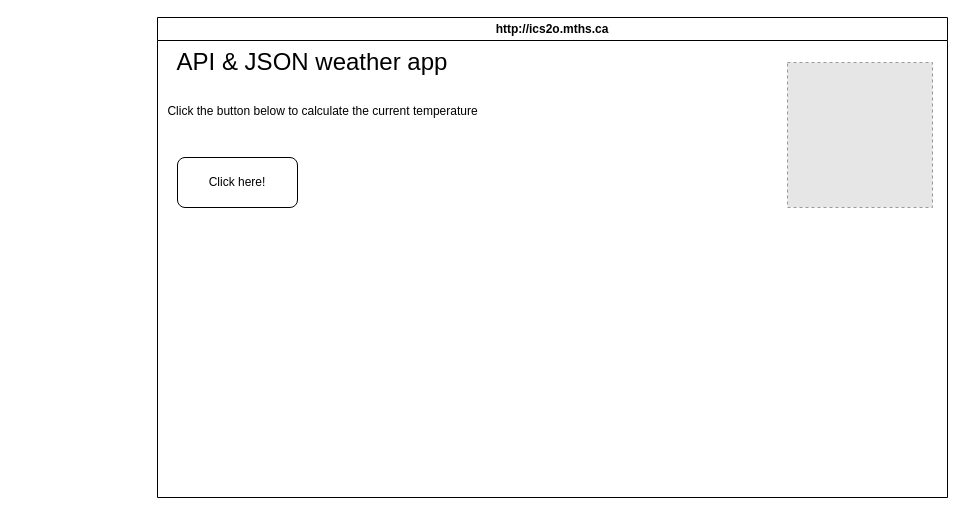
Above: design/storyboard.drawio in MTHS-ICD2O-1-2024/ICD2O-Unit-6-03-benjamin-abebe-02 (draw.io), before the change. Source tidied: cells renumbered, new cells numbered last; positions are measured from the earlier drawing's top-left corner, leaving out a move shared by most shapes. Both pictures are drawn from the tidied source at 100%, with x=0, y=0 at pixel (17, 17). Pictures stored in the file or linked from it are replaced by grey dashed boxes.
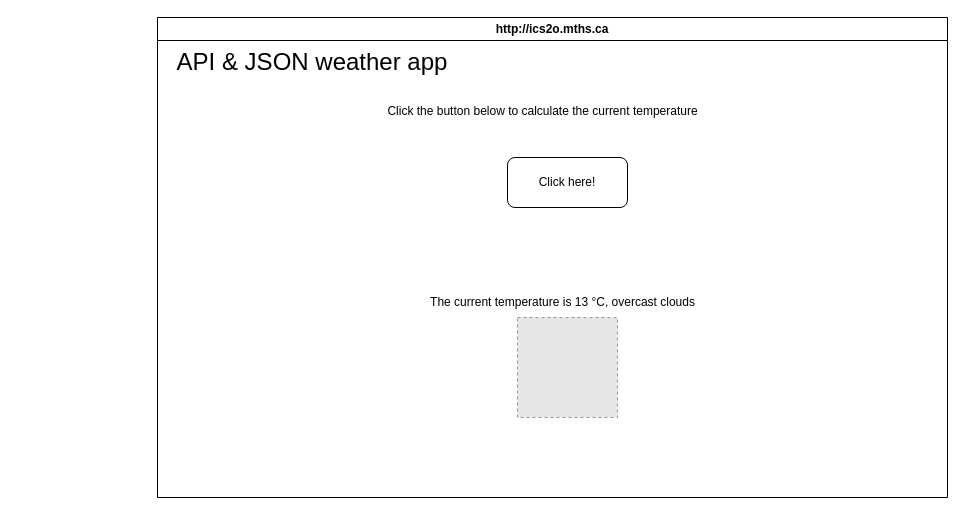
The same diagram, later.

The edit, as a diff of the source:
```diff
@@
 <mxGraphModel>
   <root>
     <mxCell id="0" />
     <mxCell id="1" parent="0" />
     <mxCell id="2" value="http://ics2o.mths.ca" style="swimlane;whiteSpace=wrap;html=1;" parent="1" vertex="1">
       <mxGeometry x="140" width="790" height="480" as="geometry" />
     </mxCell>
     <mxCell id="3" value="&lt;div&gt;&lt;font style=&quot;font-size: 24px;&quot;&gt;API &amp;amp; JSON weather app&lt;/font&gt;&lt;/div&gt;" style="text;html=1;strokeColor=none;fillColor=none;align=center;verticalAlign=middle;whiteSpace=wrap;rounded=0;" parent="2" vertex="1">
       <mxGeometry x="-140" y="30" width="590" height="30" as="geometry" />
     </mxCell>
     <mxCell id="4" value="&lt;font style=&quot;font-size: 12px;&quot;&gt;Click the button below to calculate the current temperature&lt;/font&gt;" style="text;html=1;align=center;verticalAlign=middle;strokeColor=none;fillColor=none;fontSize=24;" parent="2" vertex="1">
-      <mxGeometry y="70" width="330" height="40" as="geometry" />
+      <mxGeometry x="220" y="70" width="330" height="40" as="geometry" />
     </mxCell>
     <mxCell id="5" value="Click here!" style="rounded=1;whiteSpace=wrap;html=1;fontSize=12;" parent="2" vertex="1">
-      <mxGeometry x="20" y="140" width="120" height="50" as="geometry" />
+      <mxGeometry x="350" y="140" width="120" height="50" as="geometry" />
     </mxCell>
-    <mxCell id="6" style="fillColor=#E6E6E6;strokeColor=#999999;dashed=1;verticalLabelPosition=bottom;labelBackgroundColor=default;verticalAlign=top;" parent="2" vertex="1">
-      <mxGeometry x="630" y="45" width="145" height="145" as="geometry" />
+    <mxCell id="6" value="The current temperature is 13 °C, overcast clouds" style="text;html=1;align=center;verticalAlign=middle;strokeColor=none;fillColor=none;" parent="2" vertex="1">
+      <mxGeometry x="260" y="270" width="290" height="30" as="geometry" />
     </mxCell>
+    <mxCell id="7" style="fillColor=#E6E6E6;strokeColor=#999999;dashed=1;verticalLabelPosition=bottom;labelBackgroundColor=default;verticalAlign=top;" parent="2" vertex="1">
+      <mxGeometry x="360" y="300" width="100" height="100" as="geometry" />
+    </mxCell>
   </root>
 </mxGraphModel>
```
